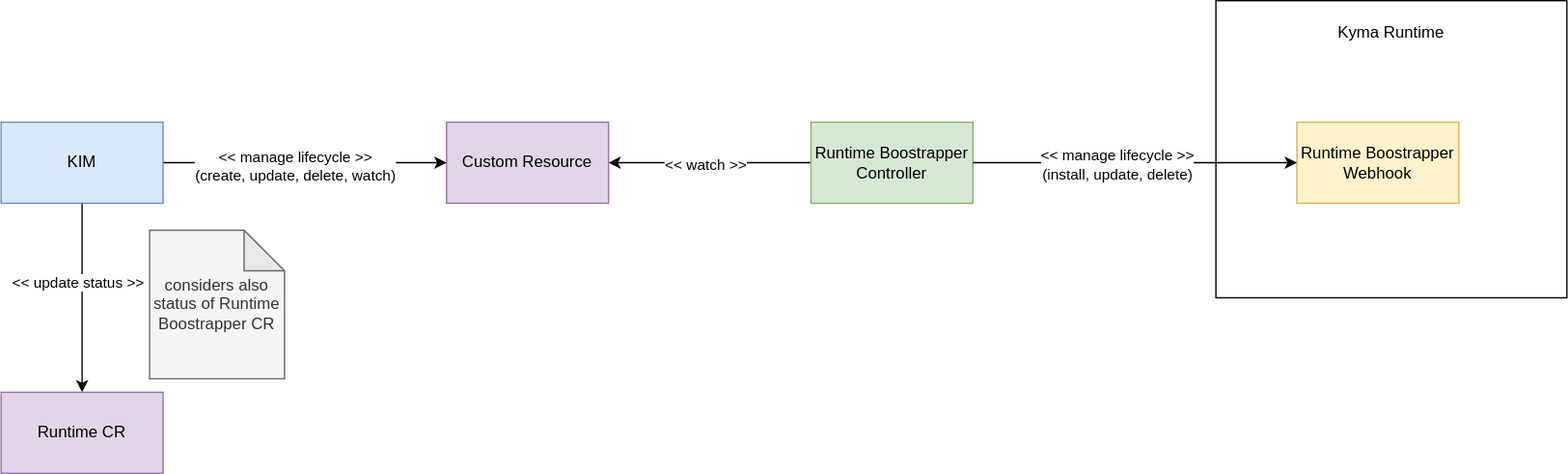
The draw.io diagram docs/contributor/assets/new-arch-rt-bootstrapper.drawio.svg in akgalwas/rt-bootstrapper, before a commit. Source tidied: cells renumbered, new cells last; positions are measured from the earlier drawing's top-left corner, leaving out a move shared by most shapes.
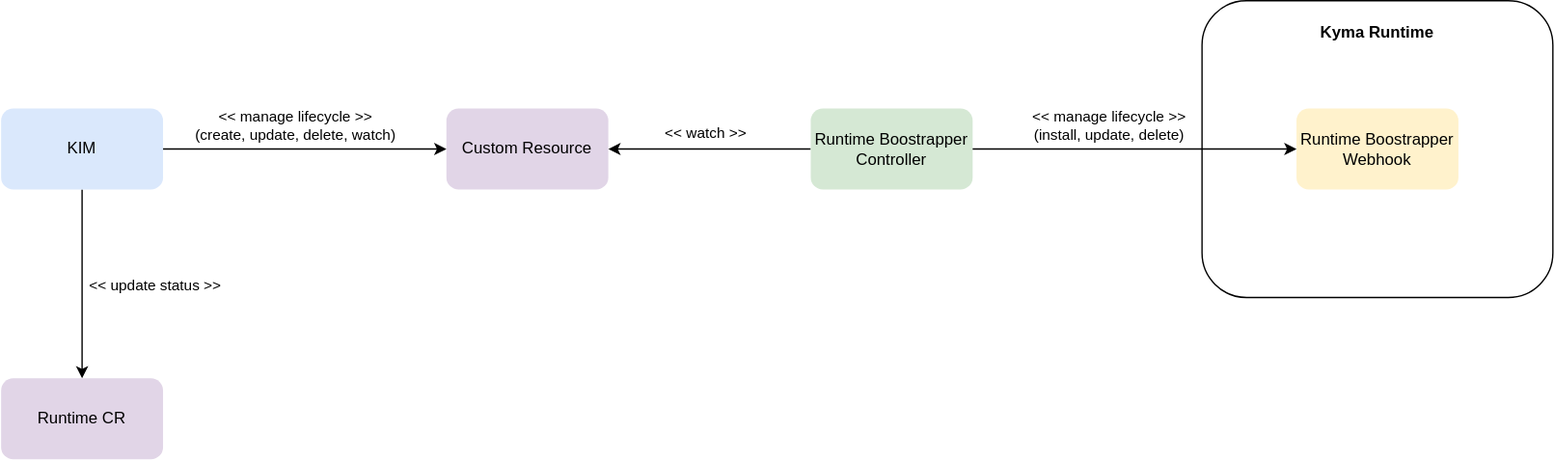
After the commit.

Diff of the diagram source:
```diff
@@ -1,51 +1,56 @@
-<mxGraphModel>
+<mxGraphModel background="#ffffff">
   <root>
     <mxCell id="0" />
     <mxCell id="1" parent="0" />
-    <mxCell id="2" value="Custom Resource" style="rounded=0;whiteSpace=wrap;html=1;fillColor=#e1d5e7;strokeColor=#9673a6;" parent="1" vertex="1">
+    <mxCell id="2" value="Custom Resource" style="rounded=1;whiteSpace=wrap;html=1;fillColor=#e1d5e7;strokeColor=none;" parent="1" vertex="1">
       <mxGeometry x="330" y="90" width="120" height="60" as="geometry" />
     </mxCell>
     <mxCell id="3" style="edgeStyle=orthogonalEdgeStyle;rounded=0;jettySize=auto;html=1;exitX=1;exitY=0.5;exitDx=0;exitDy=0;entryX=0;entryY=0.5;entryDx=0;entryDy=0;" parent="1" edge="1" source="7" target="2">
       <mxGeometry relative="1" as="geometry" />
     </mxCell>
     <mxCell id="4" value="&amp;lt;&amp;lt; manage lifecycle &amp;gt;&amp;gt;&lt;div&gt;(create, update, delete, watch)&lt;/div&gt;" style="edgeLabel;html=1;align=center;verticalAlign=middle;" parent="3" vertex="1">
-      <mxGeometry x="-0.08" y="-2" relative="1" as="geometry" />
+      <mxGeometry x="-0.08" y="-2" relative="1" as="geometry">
+        <mxPoint y="-20" as="offset" />
+      </mxGeometry>
     </mxCell>
     <mxCell id="5" style="edgeStyle=orthogonalEdgeStyle;rounded=0;jettySize=auto;html=1;exitX=0.5;exitY=1;exitDx=0;exitDy=0;entryX=0.5;entryY=0;entryDx=0;entryDy=0;" parent="1" edge="1" source="7" target="15">
       <mxGeometry relative="1" as="geometry" />
     </mxCell>
     <mxCell id="6" value="&amp;lt;&amp;lt; update status &amp;gt;&amp;gt;" style="edgeLabel;html=1;align=center;verticalAlign=middle;" parent="5" vertex="1">
-      <mxGeometry x="-0.17" y="-4" relative="1" as="geometry" />
+      <mxGeometry x="-0.17" y="-4" relative="1" as="geometry">
+        <mxPoint x="57" y="12" as="offset" />
+      </mxGeometry>
     </mxCell>
-    <mxCell id="7" value="KIM" style="rounded=0;whiteSpace=wrap;html=1;fillColor=#dae8fc;strokeColor=#6c8ebf;" parent="1" vertex="1">
+    <mxCell id="7" value="KIM" style="rounded=1;whiteSpace=wrap;html=1;fillColor=#dae8fc;strokeColor=none;" parent="1" vertex="1">
       <mxGeometry y="90" width="120" height="60" as="geometry" />
     </mxCell>
     <mxCell id="8" style="edgeStyle=orthogonalEdgeStyle;rounded=0;jettySize=auto;html=1;exitX=0;exitY=0.5;exitDx=0;exitDy=0;entryX=1;entryY=0.5;entryDx=0;entryDy=0;" parent="1" edge="1" source="10" target="2">
       <mxGeometry relative="1" as="geometry" />
     </mxCell>
     <mxCell id="9" value="&amp;lt;&amp;lt; watch &amp;gt;&amp;gt;" style="edgeLabel;html=1;align=center;verticalAlign=middle;" parent="8" vertex="1">
-      <mxGeometry x="0.05" y="1" relative="1" as="geometry" />
+      <mxGeometry x="0.05" y="1" relative="1" as="geometry">
+        <mxPoint y="-14" as="offset" />
+      </mxGeometry>
     </mxCell>
-    <mxCell id="10" value="Runtime Boostrapper Controller" style="rounded=0;whiteSpace=wrap;html=1;fillColor=#d5e8d4;strokeColor=#82b366;" parent="1" vertex="1">
+    <mxCell id="10" value="Runtime Boostrapper Controller" style="rounded=1;whiteSpace=wrap;html=1;fillColor=#d5e8d4;strokeColor=none;" parent="1" vertex="1">
       <mxGeometry x="600" y="90" width="120" height="60" as="geometry" />
     </mxCell>
-    <mxCell id="11" value="&lt;div&gt;Kyma Runtime&lt;/div&gt;&lt;div&gt;&lt;br&gt;&lt;/div&gt;&lt;div&gt;&lt;br&gt;&lt;/div&gt;&lt;div&gt;&lt;br&gt;&lt;/div&gt;&lt;div&gt;&lt;br&gt;&lt;/div&gt;&lt;div&gt;&lt;br&gt;&lt;/div&gt;&lt;div&gt;&lt;br&gt;&lt;/div&gt;&lt;div&gt;&lt;br&gt;&lt;/div&gt;&lt;div&gt;&lt;br&gt;&lt;/div&gt;&lt;div&gt;&lt;br&gt;&lt;/div&gt;&lt;div&gt;&lt;br&gt;&lt;/div&gt;&lt;div&gt;&lt;br&gt;&lt;/div&gt;&lt;div&gt;&lt;br&gt;&lt;/div&gt;" style="rounded=0;whiteSpace=wrap;html=1;" parent="1" vertex="1">
-      <mxGeometry x="900" width="260" height="220" as="geometry" />
+    <mxCell id="11" value="&lt;div&gt;&lt;b&gt;Kyma Runtime&lt;/b&gt;&lt;/div&gt;&lt;div&gt;&lt;b&gt;&lt;br&gt;&lt;/b&gt;&lt;/div&gt;&lt;div&gt;&lt;b&gt;&lt;br&gt;&lt;/b&gt;&lt;/div&gt;&lt;div&gt;&lt;b&gt;&lt;br&gt;&lt;/b&gt;&lt;/div&gt;&lt;div&gt;&lt;b&gt;&lt;br&gt;&lt;/b&gt;&lt;/div&gt;&lt;div&gt;&lt;b&gt;&lt;br&gt;&lt;/b&gt;&lt;/div&gt;&lt;div&gt;&lt;b&gt;&lt;br&gt;&lt;/b&gt;&lt;/div&gt;&lt;div&gt;&lt;b&gt;&lt;br&gt;&lt;/b&gt;&lt;/div&gt;&lt;div&gt;&lt;b&gt;&lt;br&gt;&lt;/b&gt;&lt;/div&gt;&lt;div&gt;&lt;b&gt;&lt;br&gt;&lt;/b&gt;&lt;/div&gt;&lt;div&gt;&lt;b&gt;&lt;br&gt;&lt;/b&gt;&lt;/div&gt;&lt;div&gt;&lt;b&gt;&lt;br&gt;&lt;/b&gt;&lt;/div&gt;&lt;div&gt;&lt;br&gt;&lt;/div&gt;" style="rounded=1;whiteSpace=wrap;html=1;" parent="1" vertex="1">
+      <mxGeometry x="890" y="10" width="260" height="220" as="geometry" />
     </mxCell>
-    <mxCell id="12" value="Runtime Boostrapper&lt;div&gt;Webhook&lt;/div&gt;" style="rounded=0;whiteSpace=wrap;html=1;fillColor=#fff2cc;strokeColor=#d6b656;" parent="1" vertex="1">
+    <mxCell id="12" value="Runtime Boostrapper&lt;div&gt;Webhook&lt;/div&gt;" style="rounded=1;whiteSpace=wrap;html=1;fillColor=#fff2cc;strokeColor=none;" parent="1" vertex="1">
       <mxGeometry x="960" y="90" width="120" height="60" as="geometry" />
     </mxCell>
     <mxCell id="13" style="edgeStyle=orthogonalEdgeStyle;rounded=0;jettySize=auto;html=1;exitX=1;exitY=0.5;exitDx=0;exitDy=0;entryX=0;entryY=0.5;entryDx=0;entryDy=0;" parent="1" edge="1" source="10" target="12">
       <mxGeometry relative="1" as="geometry" />
     </mxCell>
     <mxCell id="14" value="&amp;lt;&amp;lt; manage lifecycle &amp;gt;&amp;gt;&lt;div&gt;(install, update, delete)&lt;/div&gt;" style="edgeLabel;html=1;align=center;verticalAlign=middle;" parent="13" vertex="1">
-      <mxGeometry x="-0.12" y="-1" relative="1" as="geometry" />
+      <mxGeometry x="-0.12" y="-1" relative="1" as="geometry">
+        <mxPoint x="-6" y="-19" as="offset" />
+      </mxGeometry>
     </mxCell>
-    <mxCell id="15" value="Runtime CR" style="rounded=0;whiteSpace=wrap;html=1;fillColor=#e1d5e7;strokeColor=#9673a6;" parent="1" vertex="1">
+    <mxCell id="15" value="Runtime CR" style="rounded=1;whiteSpace=wrap;html=1;fillColor=#e1d5e7;strokeColor=none;" parent="1" vertex="1">
       <mxGeometry y="290" width="120" height="60" as="geometry" />
     </mxCell>
-    <mxCell id="16" value="considers also status of Runtime Boostrapper CR" style="shape=note;whiteSpace=wrap;html=1;backgroundOutline=1;darkOpacity=0.05;fillColor=#f5f5f5;fontColor=#333333;strokeColor=#666666;" parent="1" vertex="1">
-      <mxGeometry x="110" y="170" width="100" height="110" as="geometry" />
-    </mxCell>
   </root>
 </mxGraphModel>
```
